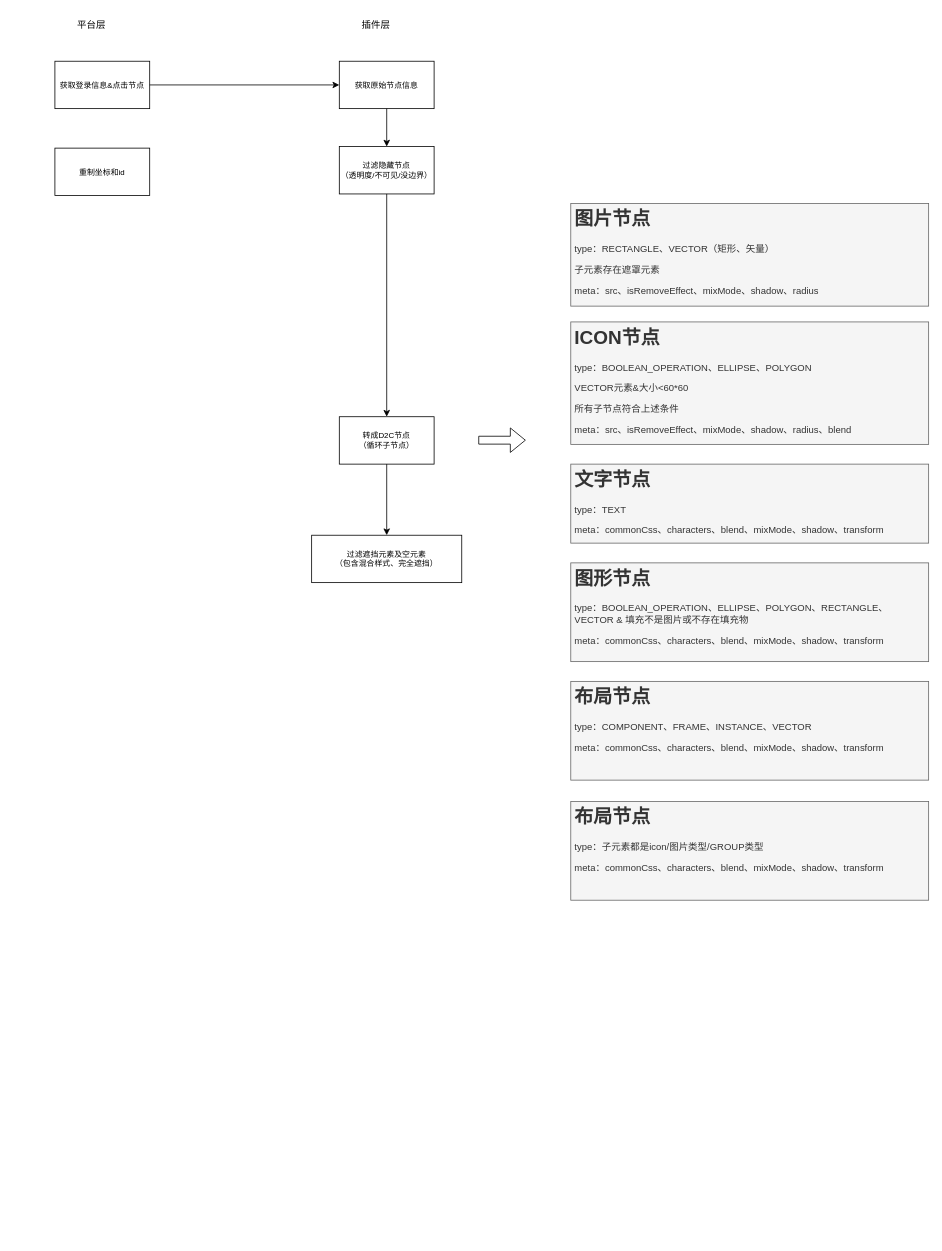
This is page "D2C" (15 of 15) of static/ppt.drawio from maoliang2271/bigpipe-demo, a draw.io file, before an edit. Source tidied: cells renumbered, new cells numbered last; positions are measured from the earlier drawing's top-left corner, leaving out a move shared by most shapes. Both pictures are drawn from the tidied source at 79%, with x=0, y=0 at pixel (55, 13).
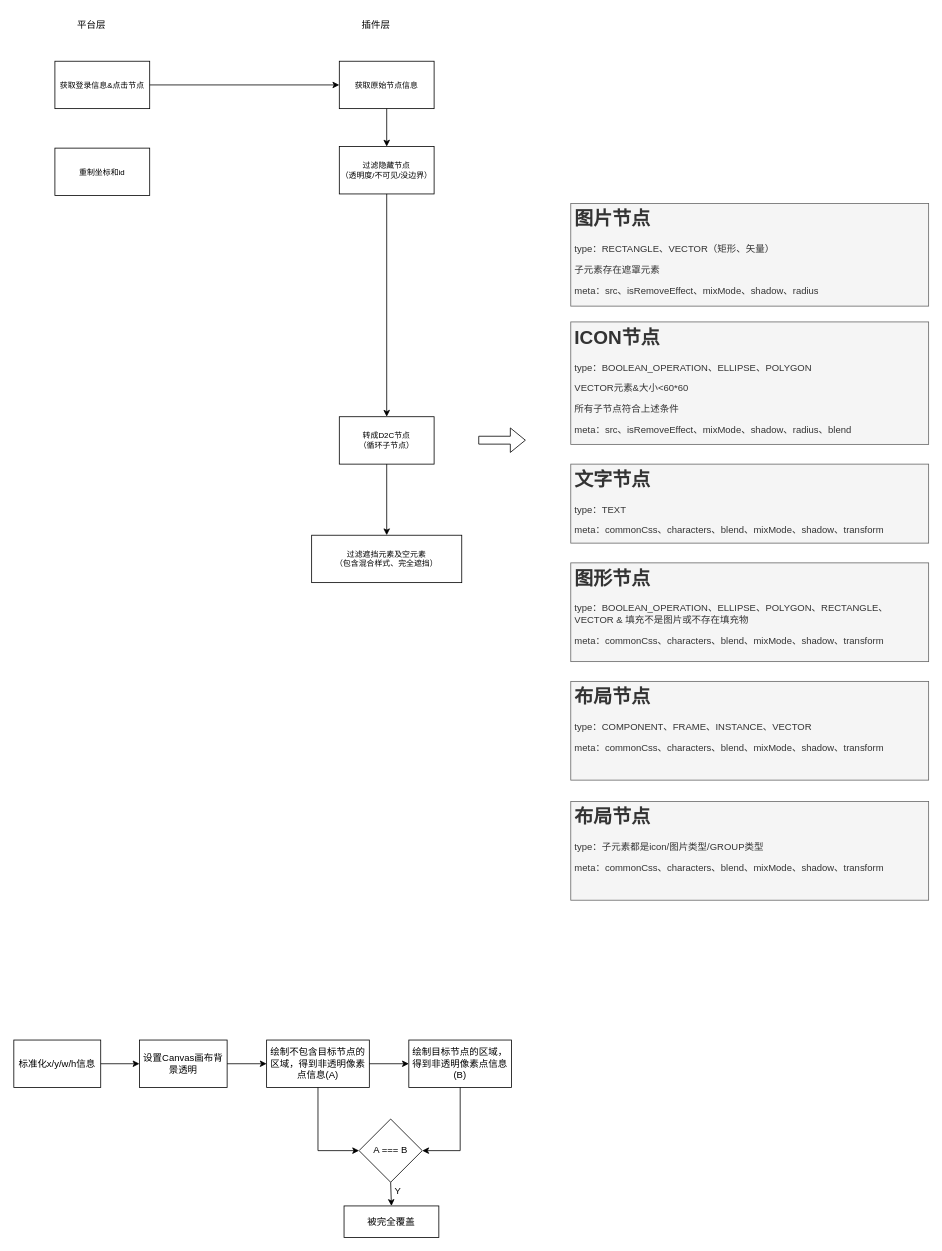
Above is the later version.

Diff of the diagram source:
```diff
@@
+    <mxCell id="21" value="标准化x/y/w/h信息" style="rounded=0;whiteSpace=wrap;html=1;" parent="1" vertex="1">
+      <mxGeometry x="-52" y="1299" width="110" height="60" as="geometry" />
+    </mxCell>
+    <mxCell id="22" value="设置Canvas画布背景透明" style="rounded=0;whiteSpace=wrap;html=1;" parent="1" vertex="1">
+      <mxGeometry x="107" y="1299" width="111" height="60" as="geometry" />
+    </mxCell>
+    <mxCell id="23" value="绘制不包含目标节点的区域，得到非透明像素点信息(A)" style="rounded=0;whiteSpace=wrap;html=1;" parent="1" vertex="1">
+      <mxGeometry x="268" y="1299" width="130" height="60" as="geometry" />
+    </mxCell>
+    <mxCell id="24" value="绘制目标节点的区域，得到非透明像素点信息(B)" style="rounded=0;whiteSpace=wrap;html=1;" parent="1" vertex="1">
+      <mxGeometry x="448" y="1299" width="130" height="60" as="geometry" />
+    </mxCell>
+    <mxCell id="25" value="A === B" style="rhombus;whiteSpace=wrap;html=1;" parent="1" vertex="1">
+      <mxGeometry x="385" y="1399" width="80" height="80" as="geometry" />
+    </mxCell>
+    <mxCell id="26" value="被完全覆盖" style="rounded=0;whiteSpace=wrap;html=1;" parent="1" vertex="1">
+      <mxGeometry x="366" y="1509" width="120" height="40" as="geometry" />
+    </mxCell>
+    <mxCell id="27" style="endArrow=classic;html=1;rounded=0;exitX=1;exitY=0.5;exitDx=0;exitDy=0;" parent="1" edge="1" source="21" target="22">
+      <mxGeometry relative="1" as="geometry" />
+    </mxCell>
+    <mxCell id="28" style="endArrow=classic;html=1;rounded=0;exitX=1;exitY=0.5;exitDx=0;exitDy=0;" parent="1" edge="1" source="22" target="23">
+      <mxGeometry relative="1" as="geometry" />
+    </mxCell>
+    <mxCell id="29" style="endArrow=classic;html=1;rounded=0;exitX=1;exitY=0.5;exitDx=0;exitDy=0;" parent="1" edge="1" source="23" target="24">
+      <mxGeometry relative="1" as="geometry" />
+    </mxCell>
+    <mxCell id="30" style="endArrow=classic;html=1;rounded=0;exitX=0.5;exitY=1;exitDx=0;exitDy=0;entryX=0;entryY=0.5;entryDx=0;entryDy=0;" parent="1" edge="1" source="23" target="25">
+      <mxGeometry relative="1" as="geometry">
+        <Array as="points">
+          <mxPoint x="333" y="1439" />
+        </Array>
+      </mxGeometry>
+    </mxCell>
+    <mxCell id="31" style="endArrow=classic;html=1;rounded=0;exitX=0.5;exitY=1;exitDx=0;exitDy=0;entryX=1;entryY=0.5;entryDx=0;entryDy=0;" parent="1" edge="1" source="24" target="25">
+      <mxGeometry relative="1" as="geometry">
+        <Array as="points">
+          <mxPoint x="513" y="1439" />
+        </Array>
+      </mxGeometry>
+    </mxCell>
+    <mxCell id="32" style="endArrow=classic;html=1;rounded=0;exitX=0.5;exitY=1;exitDx=0;exitDy=0;entryX=0.5;entryY=0;entryDx=0;entryDy=0;" parent="1" edge="1" source="25" target="26">
+      <mxGeometry relative="1" as="geometry" />
+    </mxCell>
+    <mxCell id="33" value="Y" style="text;html=1;align=center;verticalAlign=middle;strokeColor=none;fillColor=none;" parent="1" vertex="1">
+      <mxGeometry x="419" y="1475" width="30" height="30" as="geometry" />
+    </mxCell>
```
